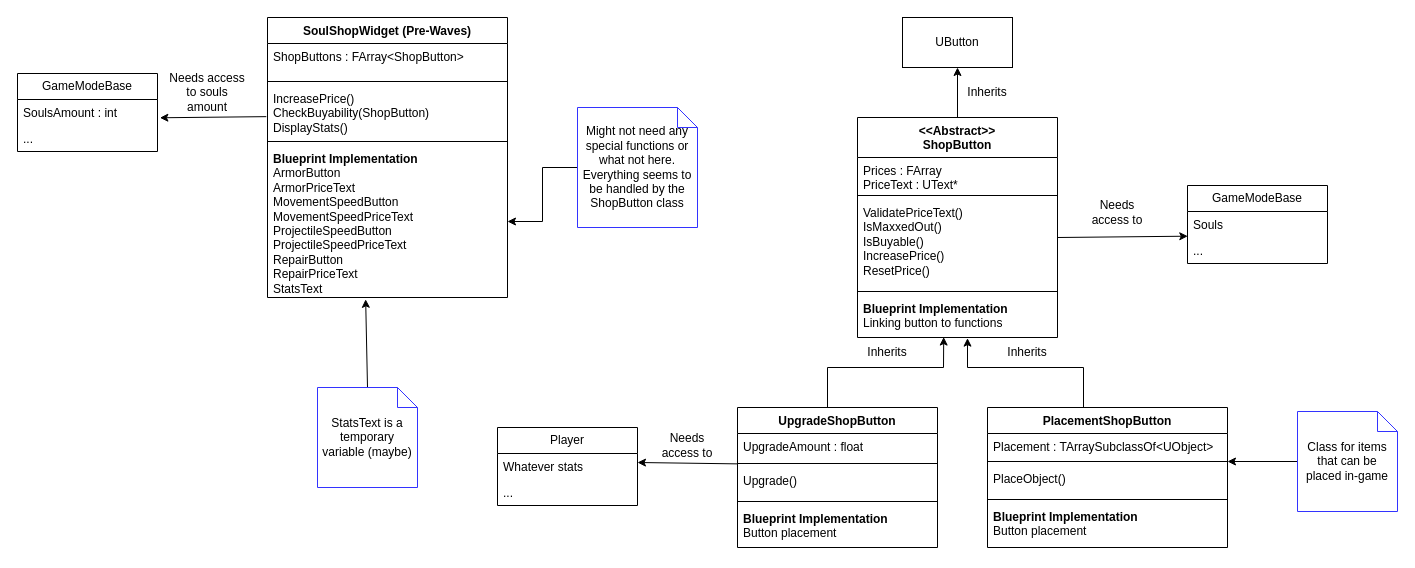
Above: page "SoulShopUML" (2 of 5) of Design/SoulSystemDesign.drawio in Edge321/DragonsDefense_v2 (draw.io), before the change. Source tidied: cells renumbered, new cells numbered last; positions are measured from the earlier drawing's top-left corner, leaving out a move shared by most shapes. Both pictures are drawn from the tidied source at 100%, with x=0, y=0 at pixel (17, 17).
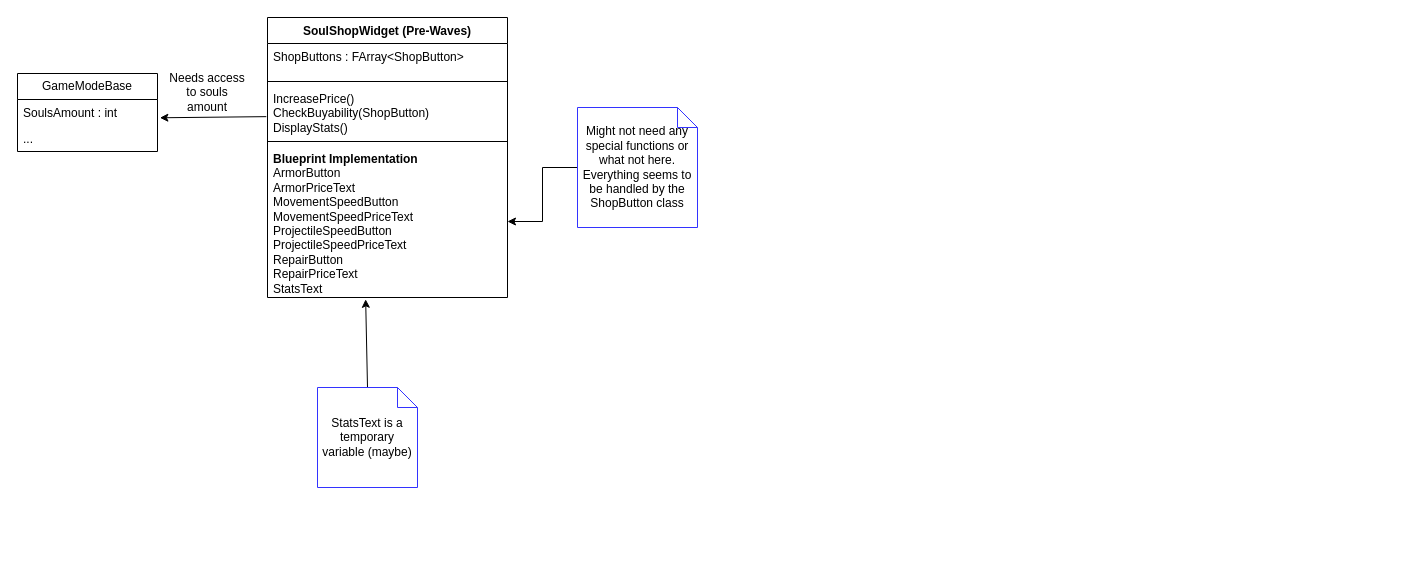
The same page after the edit.

Change to the diagram source:
```diff
@@
-    <mxCell id="15" value="&amp;lt;&amp;lt;Abstract&amp;gt;&amp;gt;&lt;br&gt;ShopButton" style="swimlane;fontStyle=1;align=center;verticalAlign=top;horizontal=1;startSize=40;whiteSpace=wrap;html=1;" parent="1" vertex="1">
-      <mxGeometry x="840" y="100" width="200" height="220" as="geometry" />
-    </mxCell>
-    <mxCell id="16" value="Prices : FArray&lt;br&gt;PriceText : UText*" style="text;strokeColor=none;fillColor=none;align=left;verticalAlign=top;spacingLeft=4;spacingRight=4;overflow=hidden;whiteSpace=wrap;html=1;" parent="15" vertex="1">
-      <mxGeometry y="40" width="200" height="34" as="geometry" />
-    </mxCell>
-    <mxCell id="17" style="line;strokeWidth=1;fillColor=none;align=left;verticalAlign=middle;spacingTop=-1;spacingLeft=3;spacingRight=3;labelPosition=right;strokeColor=inherit;" parent="15" vertex="1">
-      <mxGeometry y="74" width="200" height="8" as="geometry" />
-    </mxCell>
-    <mxCell id="18" value="ValidatePriceText()&lt;br&gt;IsMaxxedOut()&lt;br&gt;IsBuyable()&lt;br&gt;IncreasePrice()&lt;br&gt;ResetPrice()" style="text;strokeColor=none;fillColor=none;align=left;verticalAlign=top;spacingLeft=4;spacingRight=4;overflow=hidden;whiteSpace=wrap;html=1;" parent="15" vertex="1">
-      <mxGeometry y="82" width="200" height="88" as="geometry" />
-    </mxCell>
-    <mxCell id="19" style="line;strokeWidth=1;fillColor=none;align=left;verticalAlign=middle;spacingTop=-1;spacingLeft=3;spacingRight=3;labelPosition=right;strokeColor=inherit;" parent="15" vertex="1">
-      <mxGeometry y="170" width="200" height="8" as="geometry" />
-    </mxCell>
-    <mxCell id="20" value="&lt;b&gt;Blueprint Implementation&lt;/b&gt;&lt;br&gt;Linking button to functions" style="text;strokeColor=none;fillColor=none;align=left;verticalAlign=top;spacingLeft=4;spacingRight=4;overflow=hidden;points=[[0,0.5],[1,0.5]];portConstraint=eastwest;whiteSpace=wrap;html=1;" parent="15" vertex="1">
-      <mxGeometry y="178" width="200" height="42" as="geometry" />
-    </mxCell>
-    <mxCell id="21" style="endArrow=classic;html=1;rounded=0;exitX=0.5;exitY=0;exitDx=0;exitDy=0;entryX=0.5;entryY=1;entryDx=0;entryDy=0;" parent="1" edge="1" source="15" target="22">
-      <mxGeometry relative="1" as="geometry" />
-    </mxCell>
-    <mxCell id="22" value="UButton" style="html=1;whiteSpace=wrap;" parent="1" vertex="1">
-      <mxGeometry x="885" width="110" height="50" as="geometry" />
-    </mxCell>
-    <mxCell id="23" value="Inherits" style="text;html=1;strokeColor=none;fillColor=none;align=center;verticalAlign=middle;whiteSpace=wrap;rounded=0;" parent="1" vertex="1">
-      <mxGeometry x="940" y="60" width="60" height="30" as="geometry" />
-    </mxCell>
-    <mxCell id="24" style="endArrow=classic;html=1;rounded=0;entryX=0.431;entryY=0.989;entryDx=0;entryDy=0;entryPerimeter=0;" parent="1" edge="1" target="20">
-      <mxGeometry relative="1" as="geometry">
-        <mxPoint x="810" y="390" as="sourcePoint" />
-        <Array as="points">
-          <mxPoint x="810" y="350" />
-          <mxPoint x="926" y="350" />
-        </Array>
-      </mxGeometry>
-    </mxCell>
-    <mxCell id="25" value="UpgradeShopButton" style="swimlane;fontStyle=1;align=center;verticalAlign=top;horizontal=1;startSize=26;whiteSpace=wrap;html=1;" parent="1" vertex="1">
-      <mxGeometry x="720" y="390" width="200" height="140" as="geometry" />
-    </mxCell>
-    <mxCell id="26" value="UpgradeAmount : float" style="text;strokeColor=none;fillColor=none;align=left;verticalAlign=top;spacingLeft=4;spacingRight=4;overflow=hidden;whiteSpace=wrap;html=1;" parent="25" vertex="1">
-      <mxGeometry y="26" width="200" height="26" as="geometry" />
-    </mxCell>
-    <mxCell id="27" style="line;strokeWidth=1;fillColor=none;align=left;verticalAlign=middle;spacingTop=-1;spacingLeft=3;spacingRight=3;labelPosition=right;strokeColor=inherit;" parent="25" vertex="1">
-      <mxGeometry y="52" width="200" height="8" as="geometry" />
-    </mxCell>
-    <mxCell id="28" value="Upgrade()" style="text;strokeColor=none;fillColor=none;align=left;verticalAlign=top;spacingLeft=4;spacingRight=4;overflow=hidden;points=[[0,0.5],[1,0.5]];portConstraint=eastwest;whiteSpace=wrap;html=1;" parent="25" vertex="1">
-      <mxGeometry y="60" width="200" height="30" as="geometry" />
-    </mxCell>
-    <mxCell id="29" style="line;strokeWidth=1;fillColor=none;align=left;verticalAlign=middle;spacingTop=-1;spacingLeft=3;spacingRight=3;labelPosition=right;strokeColor=inherit;" parent="25" vertex="1">
-      <mxGeometry y="90" width="200" height="8" as="geometry" />
-    </mxCell>
-    <mxCell id="30" value="&lt;b&gt;Blueprint Implementation&lt;/b&gt;&lt;br&gt;Button placement" style="text;strokeColor=none;fillColor=none;align=left;verticalAlign=top;spacingLeft=4;spacingRight=4;overflow=hidden;whiteSpace=wrap;html=1;" parent="25" vertex="1">
-      <mxGeometry y="98" width="200" height="42" as="geometry" />
-    </mxCell>
-    <mxCell id="31" value="Inherits" style="text;html=1;strokeColor=none;fillColor=none;align=center;verticalAlign=middle;whiteSpace=wrap;rounded=0;" parent="1" vertex="1">
-      <mxGeometry x="840" y="320" width="60" height="30" as="geometry" />
-    </mxCell>
-    <mxCell id="32" style="endArrow=classic;html=1;rounded=0;entryX=0.55;entryY=1.015;entryDx=0;entryDy=0;entryPerimeter=0;" parent="1" edge="1" target="20">
-      <mxGeometry relative="1" as="geometry">
-        <mxPoint x="1066" y="390" as="sourcePoint" />
-        <Array as="points">
-          <mxPoint x="1066" y="350" />
-          <mxPoint x="950" y="350" />
-        </Array>
-      </mxGeometry>
-    </mxCell>
-    <mxCell id="33" value="Inherits" style="text;html=1;strokeColor=none;fillColor=none;align=center;verticalAlign=middle;whiteSpace=wrap;rounded=0;" parent="1" vertex="1">
-      <mxGeometry x="980" y="320" width="60" height="30" as="geometry" />
-    </mxCell>
-    <mxCell id="34" value="PlacementShopButton" style="swimlane;fontStyle=1;align=center;verticalAlign=top;horizontal=1;startSize=26;whiteSpace=wrap;html=1;" parent="1" vertex="1">
-      <mxGeometry x="970" y="390" width="240" height="140" as="geometry" />
-    </mxCell>
-    <mxCell id="35" value="Placement : TArraySubclassOf&amp;lt;UObject&amp;gt;" style="text;strokeColor=none;fillColor=none;align=left;verticalAlign=top;spacingLeft=4;spacingRight=4;overflow=hidden;whiteSpace=wrap;html=1;" parent="34" vertex="1">
-      <mxGeometry y="26" width="240" height="24" as="geometry" />
-    </mxCell>
-    <mxCell id="36" style="line;strokeWidth=1;fillColor=none;align=left;verticalAlign=middle;spacingTop=-1;spacingLeft=3;spacingRight=3;labelPosition=right;points=[];portConstraint=eastwest;strokeColor=inherit;" parent="34" vertex="1">
-      <mxGeometry y="50" width="240" height="8" as="geometry" />
-    </mxCell>
-    <mxCell id="37" value="PlaceObject()" style="text;strokeColor=none;fillColor=none;align=left;verticalAlign=top;spacingLeft=4;spacingRight=4;overflow=hidden;whiteSpace=wrap;html=1;" parent="34" vertex="1">
-      <mxGeometry y="58" width="240" height="30" as="geometry" />
-    </mxCell>
-    <mxCell id="38" style="line;strokeWidth=1;fillColor=none;align=left;verticalAlign=middle;spacingTop=-1;spacingLeft=3;spacingRight=3;labelPosition=right;strokeColor=inherit;" parent="34" vertex="1">
-      <mxGeometry y="88" width="240" height="8" as="geometry" />
-    </mxCell>
-    <mxCell id="39" value="&lt;b&gt;Blueprint Implementation&lt;/b&gt;&lt;br&gt;Button placement" style="text;strokeColor=none;fillColor=none;align=left;verticalAlign=top;spacingLeft=4;spacingRight=4;overflow=hidden;whiteSpace=wrap;html=1;" parent="34" vertex="1">
-      <mxGeometry y="96" width="240" height="44" as="geometry" />
-    </mxCell>
-    <mxCell id="40" style="edgeStyle=orthogonalEdgeStyle;rounded=0;jettySize=auto;html=1;" parent="1" edge="1" source="41" target="36">
-      <mxGeometry relative="1" as="geometry" />
-    </mxCell>
-    <mxCell id="41" value="Class for items that can be placed in-game" style="shape=note;size=20;whiteSpace=wrap;html=1;strokeColor=#3333FF;" parent="1" vertex="1">
-      <mxGeometry x="1280" y="394" width="100" height="100" as="geometry" />
-    </mxCell>
@@
-    <mxCell id="44" style="endArrow=classic;html=1;rounded=0;exitX=-0.002;exitY=-0.121;exitDx=0;exitDy=0;exitPerimeter=0;entryX=1;entryY=0.5;entryDx=0;entryDy=0;" parent="1" edge="1" source="28">
-      <mxGeometry relative="1" as="geometry">
-        <mxPoint x="620" y="445" as="targetPoint" />
-      </mxGeometry>
-    </mxCell>
-    <mxCell id="45" value="Needs access to" style="text;html=1;strokeColor=none;fillColor=none;align=center;verticalAlign=middle;whiteSpace=wrap;rounded=0;" parent="1" vertex="1">
-      <mxGeometry x="640" y="413" width="60" height="30" as="geometry" />
-    </mxCell>
-    <mxCell id="46" value="Player" style="swimlane;fontStyle=0;horizontal=1;startSize=26;fillColor=none;whiteSpace=wrap;html=1;" parent="1" vertex="1">
-      <mxGeometry x="480" y="410" width="140" height="78" as="geometry" />
-    </mxCell>
-    <mxCell id="47" value="Whatever stats" style="text;strokeColor=none;fillColor=none;align=left;verticalAlign=top;spacingLeft=4;spacingRight=4;overflow=hidden;whiteSpace=wrap;html=1;" parent="46" vertex="1">
-      <mxGeometry y="26" width="140" height="26" as="geometry" />
-    </mxCell>
-    <mxCell id="48" value="..." style="text;strokeColor=none;fillColor=none;align=left;verticalAlign=top;spacingLeft=4;spacingRight=4;overflow=hidden;whiteSpace=wrap;html=1;" parent="46" vertex="1">
-      <mxGeometry y="52" width="140" height="26" as="geometry" />
-    </mxCell>
-    <mxCell id="49" style="endArrow=classic;html=1;rounded=0;entryX=0.002;entryY=-0.05;entryDx=0;entryDy=0;entryPerimeter=0;" parent="1" edge="1" target="52">
-      <mxGeometry relative="1" as="geometry">
-        <mxPoint x="1040" y="220" as="sourcePoint" />
-      </mxGeometry>
-    </mxCell>
-    <mxCell id="50" value="GameModeBase" style="swimlane;fontStyle=0;horizontal=1;startSize=26;fillColor=none;whiteSpace=wrap;html=1;" parent="1" vertex="1">
-      <mxGeometry x="1170" y="168" width="140" height="78" as="geometry" />
-    </mxCell>
-    <mxCell id="51" value="Souls" style="text;strokeColor=none;fillColor=none;align=left;verticalAlign=top;spacingLeft=4;spacingRight=4;overflow=hidden;whiteSpace=wrap;html=1;" parent="50" vertex="1">
-      <mxGeometry y="26" width="140" height="26" as="geometry" />
-    </mxCell>
-    <mxCell id="52" value="..." style="text;strokeColor=none;fillColor=none;align=left;verticalAlign=top;spacingLeft=4;spacingRight=4;overflow=hidden;points=[[0,0.5],[1,0.5]];portConstraint=eastwest;whiteSpace=wrap;html=1;" parent="50" vertex="1">
-      <mxGeometry y="52" width="140" height="26" as="geometry" />
-    </mxCell>
-    <mxCell id="53" value="Needs access to" style="text;html=1;strokeColor=none;fillColor=none;align=center;verticalAlign=middle;whiteSpace=wrap;rounded=0;" parent="1" vertex="1">
-      <mxGeometry x="1070" y="180" width="60" height="30" as="geometry" />
-    </mxCell>
```
